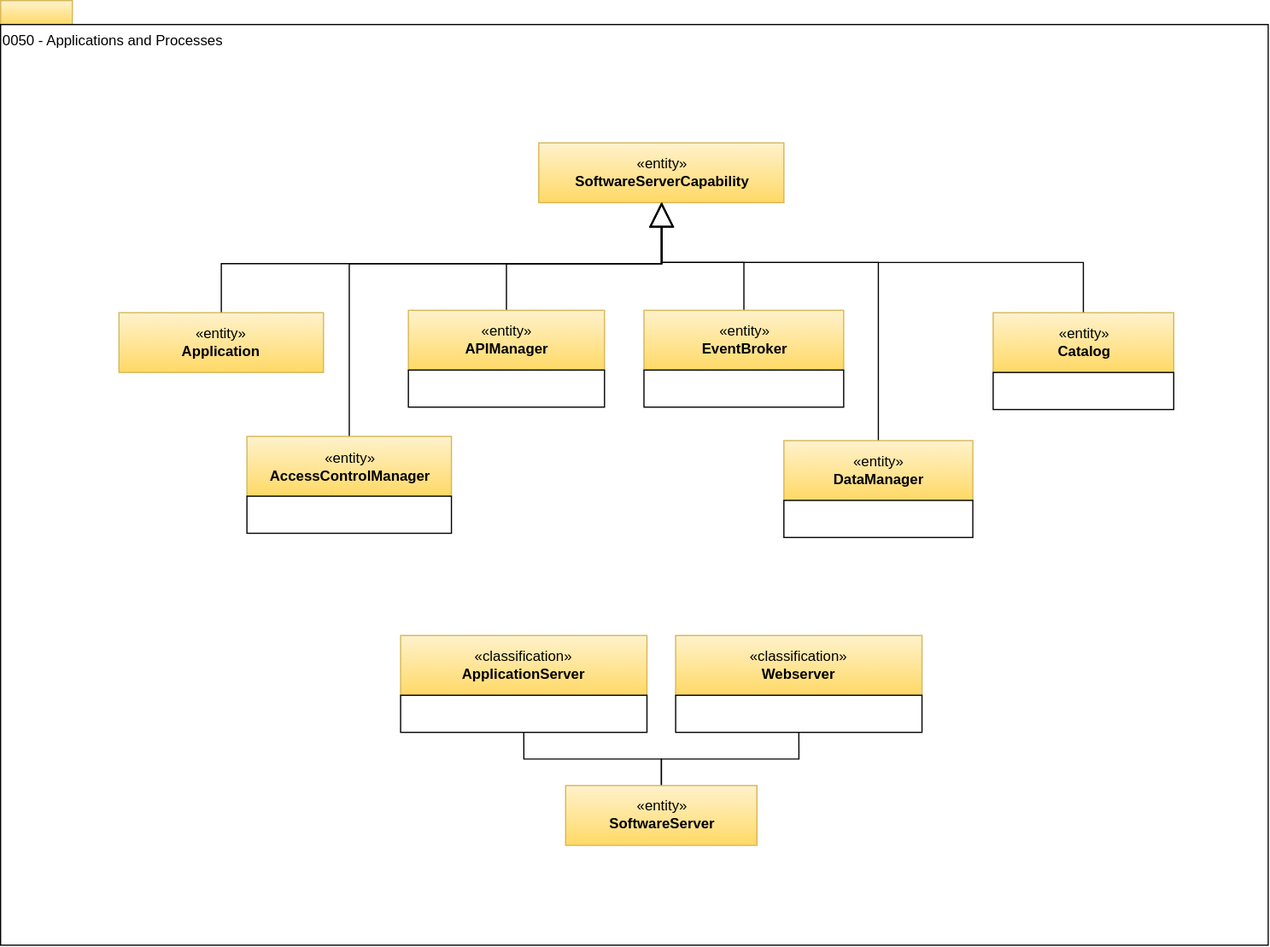
odpi/egeria-docs keeps this draw.io diagram as site/docs/types/0/0050-Applications-and-Processes.svg. Above is the earlier version. Source tidied: cells renumbered, new cells last; positions are measured from the earlier drawing's top-left corner, leaving out a move shared by most shapes.
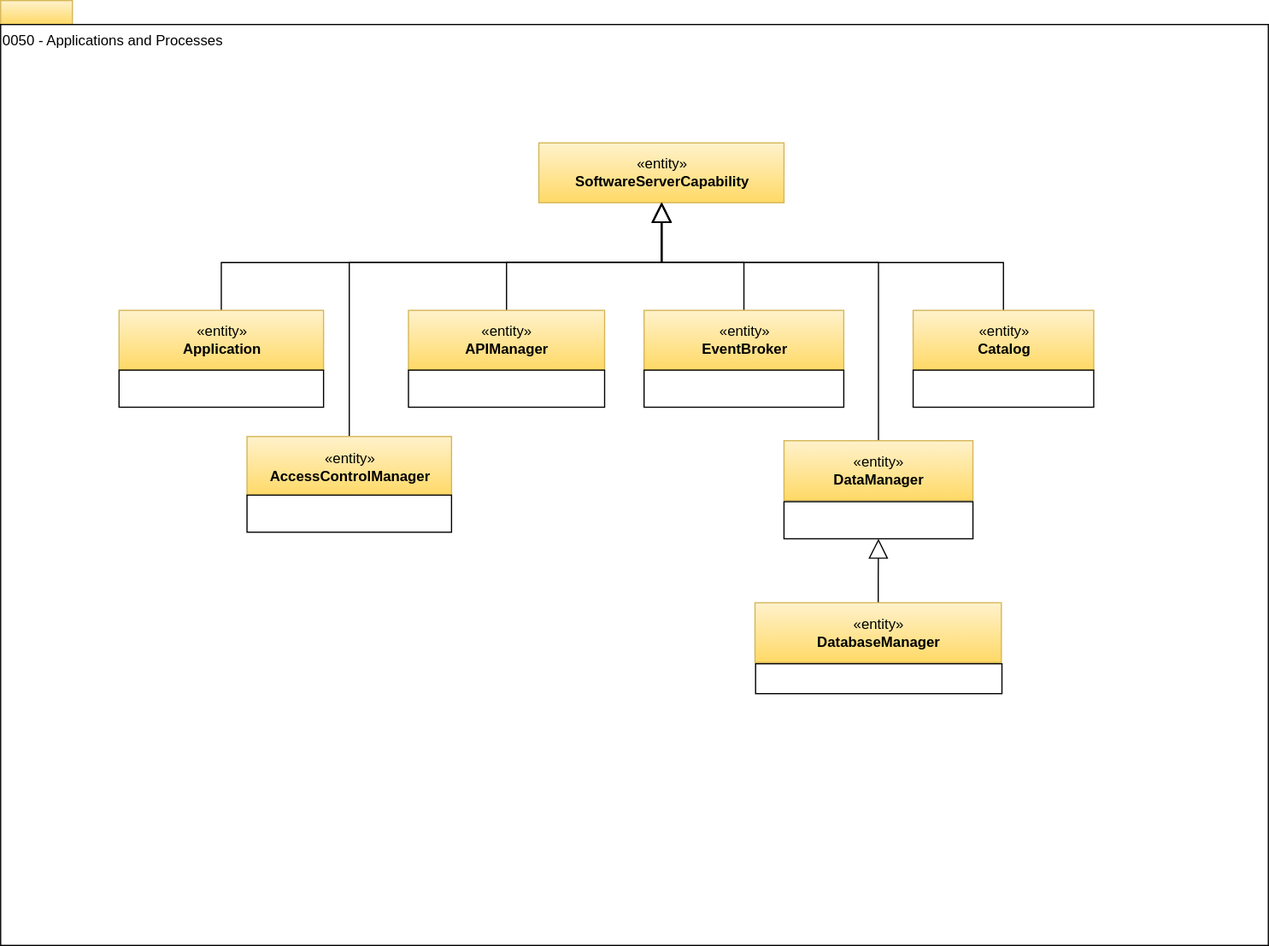
Above is the later version.

What changed in the source:
```diff
@@ -8,105 +8,81 @@
     <mxCell id="3" value="0050 - Applications and Processes" style="rounded=0;whiteSpace=wrap;html=1;align=left;verticalAlign=top;" parent="1" vertex="1">
       <mxGeometry y="20" width="1060" height="770" as="geometry" />
     </mxCell>
-    <mxCell id="4" style="edgeStyle=orthogonalEdgeStyle;rounded=0;jettySize=auto;html=1;entryX=0.5;entryY=1;entryDx=0;entryDy=0;endArrow=block;endFill=0;endSize=18;strokeWidth=1;" parent="1" edge="1" source="5" target="6">
-      <mxGeometry relative="1" as="geometry">
-        <Array as="points">
-          <mxPoint x="185" y="220" />
-          <mxPoint x="553" y="220" />
-        </Array>
-      </mxGeometry>
+    <mxCell id="4" style="edgeStyle=orthogonalEdgeStyle;rounded=0;jettySize=auto;html=1;exitX=0.5;exitY=0;exitDx=0;exitDy=0;endArrow=block;endFill=0;endSize=14;" parent="1" edge="1" source="5" target="6">
+      <mxGeometry relative="1" as="geometry" />
     </mxCell>
     <mxCell id="5" value="«entity»&lt;br&gt;&lt;b&gt;Application&lt;/b&gt;" style="html=1;strokeColor=#d6b656;align=center;fillColor=#fff2cc;gradientColor=#ffd966;" parent="1" vertex="1">
-      <mxGeometry x="99" y="261" width="171" height="50" as="geometry" />
+      <mxGeometry x="99" y="259" width="171" height="50" as="geometry" />
     </mxCell>
     <mxCell id="6" value="«entity»&lt;br&gt;&lt;b&gt;SoftwareServerCapability&lt;/b&gt;" style="html=1;strokeColor=#d6b656;align=center;fillColor=#fff2cc;gradientColor=#ffd966;" parent="1" vertex="1">
       <mxGeometry x="450" y="119" width="205" height="50" as="geometry" />
     </mxCell>
-    <mxCell id="7" value="«classification»&lt;br&gt;&lt;b&gt;Webserver&lt;/b&gt;" style="html=1;strokeColor=#d6b656;align=center;fillColor=#fff2cc;gradientColor=#ffd966;" parent="1" vertex="1">
-      <mxGeometry x="564.5" y="531" width="206" height="50" as="geometry" />
+    <mxCell id="7" style="edgeStyle=orthogonalEdgeStyle;rounded=0;jettySize=auto;html=1;exitX=0.5;exitY=0;exitDx=0;exitDy=0;entryX=0.5;entryY=1;entryDx=0;entryDy=0;endArrow=block;endFill=0;endSize=14;" parent="1" edge="1" source="8" target="6">
+      <mxGeometry relative="1" as="geometry" />
     </mxCell>
-    <mxCell id="8" style="edgeStyle=orthogonalEdgeStyle;rounded=0;html=1;exitX=0.5;exitY=1;endArrow=none;endFill=0;jettySize=auto;" parent="1" edge="1" source="9" target="13">
-      <mxGeometry relative="1" as="geometry" />
+    <mxCell id="8" value="«entity»&lt;br&gt;&lt;b&gt;APIManager&lt;/b&gt;" style="html=1;strokeColor=#d6b656;align=center;fillColor=#fff2cc;gradientColor=#ffd966;" parent="1" vertex="1">
+      <mxGeometry x="341" y="259" width="164" height="50" as="geometry" />
     </mxCell>
     <mxCell id="9" style="rounded=0;whiteSpace=wrap;html=1;strokeColor=#000000;gradientColor=#ffffff;align=center;" parent="1" vertex="1">
-      <mxGeometry x="564.5" y="581" width="206" height="31" as="geometry" />
+      <mxGeometry x="341" y="309" width="164" height="31" as="geometry" />
     </mxCell>
-    <mxCell id="10" value="«classification»&lt;br&gt;&lt;b&gt;ApplicationServer&lt;/b&gt;" style="html=1;strokeColor=#d6b656;align=center;fillColor=#fff2cc;gradientColor=#ffd966;" parent="1" vertex="1">
-      <mxGeometry x="334.5" y="531" width="206" height="50" as="geometry" />
+    <mxCell id="10" style="edgeStyle=orthogonalEdgeStyle;rounded=0;jettySize=auto;html=1;exitX=0.5;exitY=0;exitDx=0;exitDy=0;endArrow=block;endFill=0;endSize=14;" parent="1" edge="1" source="11" target="6">
+      <mxGeometry relative="1" as="geometry" />
     </mxCell>
-    <mxCell id="11" style="edgeStyle=orthogonalEdgeStyle;rounded=0;html=1;exitX=0.5;exitY=1;endArrow=none;endFill=0;jettySize=auto;" parent="1" edge="1" source="12" target="13">
-      <mxGeometry relative="1" as="geometry" />
+    <mxCell id="11" value="«entity»&lt;br&gt;&lt;b&gt;EventBroker&lt;/b&gt;" style="html=1;strokeColor=#d6b656;align=center;fillColor=#fff2cc;gradientColor=#ffd966;" parent="1" vertex="1">
+      <mxGeometry x="538" y="259" width="167" height="50" as="geometry" />
     </mxCell>
     <mxCell id="12" style="rounded=0;whiteSpace=wrap;html=1;strokeColor=#000000;gradientColor=#ffffff;align=center;" parent="1" vertex="1">
-      <mxGeometry x="334.5" y="581" width="206" height="31" as="geometry" />
+      <mxGeometry x="538" y="309" width="167" height="31" as="geometry" />
     </mxCell>
-    <mxCell id="13" value="«entity»&lt;br&gt;&lt;b&gt;SoftwareServer&lt;/b&gt;" style="html=1;strokeColor=#d6b656;align=center;fillColor=#fff2cc;gradientColor=#ffd966;" parent="1" vertex="1">
-      <mxGeometry x="472.5" y="656.5" width="160" height="50" as="geometry" />
+    <mxCell id="13" style="edgeStyle=orthogonalEdgeStyle;rounded=0;jettySize=auto;html=1;exitX=0.5;exitY=0;exitDx=0;exitDy=0;endArrow=block;endFill=0;endSize=14;" parent="1" edge="1" source="14" target="6">
+      <mxGeometry relative="1" as="geometry">
+        <Array as="points">
+          <mxPoint x="734" y="219" />
+          <mxPoint x="553" y="219" />
+        </Array>
+      </mxGeometry>
     </mxCell>
-    <mxCell id="14" style="edgeStyle=orthogonalEdgeStyle;rounded=0;jettySize=auto;html=1;endArrow=block;endFill=0;endSize=18;strokeWidth=1;" parent="1" edge="1" source="15" target="6">
-      <mxGeometry relative="1" as="geometry">
-        <Array as="points">
-          <mxPoint x="423" y="220" />
-          <mxPoint x="553" y="220" />
-        </Array>
-      </mxGeometry>
+    <mxCell id="14" value="«entity»&lt;br&gt;&lt;b&gt;DataManager&lt;/b&gt;" style="html=1;strokeColor=#d6b656;align=center;fillColor=#fff2cc;gradientColor=#ffd966;" parent="1" vertex="1">
+      <mxGeometry x="655" y="368" width="158" height="50" as="geometry" />
     </mxCell>
-    <mxCell id="15" value="«entity»&lt;br&gt;&lt;b&gt;APIManager&lt;/b&gt;" style="html=1;strokeColor=#d6b656;align=center;fillColor=#fff2cc;gradientColor=#ffd966;" parent="1" vertex="1">
-      <mxGeometry x="341" y="259" width="164" height="50" as="geometry" />
+    <mxCell id="15" style="rounded=0;whiteSpace=wrap;html=1;strokeColor=#000000;gradientColor=#ffffff;align=center;" parent="1" vertex="1">
+      <mxGeometry x="655" y="419" width="158" height="31" as="geometry" />
     </mxCell>
-    <mxCell id="16" style="rounded=0;whiteSpace=wrap;html=1;strokeColor=#000000;gradientColor=#ffffff;align=center;" parent="1" vertex="1">
-      <mxGeometry x="341" y="309" width="164" height="31" as="geometry" />
+    <mxCell id="16" style="edgeStyle=orthogonalEdgeStyle;rounded=0;jettySize=auto;html=1;exitX=0.5;exitY=0;exitDx=0;exitDy=0;endArrow=block;endFill=0;endSize=14;" parent="1" edge="1" source="17" target="6">
+      <mxGeometry relative="1" as="geometry" />
     </mxCell>
-    <mxCell id="17" style="edgeStyle=orthogonalEdgeStyle;rounded=0;jettySize=auto;html=1;endArrow=block;endFill=0;endSize=18;strokeWidth=1;" parent="1" edge="1" source="18" target="6">
-      <mxGeometry relative="1" as="geometry" />
+    <mxCell id="17" value="«entity»&lt;br&gt;&lt;b&gt;Catalog&lt;/b&gt;" style="html=1;strokeColor=#d6b656;align=center;fillColor=#fff2cc;gradientColor=#ffd966;" parent="1" vertex="1">
+      <mxGeometry x="763" y="259" width="151" height="50" as="geometry" />
     </mxCell>
-    <mxCell id="18" value="«entity»&lt;br&gt;&lt;b&gt;EventBroker&lt;/b&gt;" style="html=1;strokeColor=#d6b656;align=center;fillColor=#fff2cc;gradientColor=#ffd966;" parent="1" vertex="1">
-      <mxGeometry x="538" y="259" width="167" height="50" as="geometry" />
+    <mxCell id="18" style="rounded=0;whiteSpace=wrap;html=1;strokeColor=#000000;gradientColor=#ffffff;align=center;" parent="1" vertex="1">
+      <mxGeometry x="763" y="309" width="151" height="31" as="geometry" />
     </mxCell>
-    <mxCell id="19" style="rounded=0;whiteSpace=wrap;html=1;strokeColor=#000000;gradientColor=#ffffff;align=center;" parent="1" vertex="1">
-      <mxGeometry x="538" y="309" width="167" height="31" as="geometry" />
+    <mxCell id="19" style="edgeStyle=orthogonalEdgeStyle;rounded=0;jettySize=auto;html=1;exitX=0.5;exitY=0;exitDx=0;exitDy=0;endArrow=block;endFill=0;endSize=14;" parent="1" edge="1" source="20" target="6">
+      <mxGeometry relative="1" as="geometry">
+        <Array as="points">
+          <mxPoint x="292" y="219" />
+          <mxPoint x="553" y="219" />
+        </Array>
+      </mxGeometry>
     </mxCell>
-    <mxCell id="20" style="edgeStyle=orthogonalEdgeStyle;rounded=0;jettySize=auto;html=1;endArrow=block;endFill=0;endSize=18;strokeWidth=1;" parent="1" edge="1" source="21" target="6">
-      <mxGeometry relative="1" as="geometry">
-        <Array as="points">
-          <mxPoint x="734" y="219" />
-          <mxPoint x="553" y="219" />
-        </Array>
-      </mxGeometry>
+    <mxCell id="20" value="«entity»&lt;br&gt;&lt;b&gt;AccessControlManager&lt;/b&gt;" style="html=1;strokeColor=#d6b656;align=center;fillColor=#fff2cc;gradientColor=#ffd966;" parent="1" vertex="1">
+      <mxGeometry x="206" y="364.5" width="171" height="50" as="geometry" />
     </mxCell>
-    <mxCell id="21" value="«entity»&lt;br&gt;&lt;b&gt;DataManager&lt;/b&gt;" style="html=1;strokeColor=#d6b656;align=center;fillColor=#fff2cc;gradientColor=#ffd966;" parent="1" vertex="1">
-      <mxGeometry x="655" y="368" width="158" height="50" as="geometry" />
+    <mxCell id="21" style="rounded=0;whiteSpace=wrap;html=1;strokeColor=#000000;gradientColor=#ffffff;align=left;" parent="1" vertex="1">
+      <mxGeometry x="631.2" y="554.5" width="206" height="25" as="geometry" />
     </mxCell>
-    <mxCell id="22" style="rounded=0;whiteSpace=wrap;html=1;strokeColor=#000000;gradientColor=#ffffff;align=center;" parent="1" vertex="1">
-      <mxGeometry x="655" y="418" width="158" height="31" as="geometry" />
+    <mxCell id="22" style="edgeStyle=orthogonalEdgeStyle;rounded=0;jettySize=auto;html=1;entryX=0.5;entryY=1;entryDx=0;entryDy=0;endArrow=block;endFill=0;endSize=14;" parent="1" edge="1" source="23" target="15">
+      <mxGeometry relative="1" as="geometry" />
     </mxCell>
-    <mxCell id="23" style="edgeStyle=orthogonalEdgeStyle;rounded=0;jettySize=auto;html=1;entryX=0.5;entryY=1;entryDx=0;entryDy=0;endArrow=block;endFill=0;endSize=18;strokeWidth=1;" parent="1" edge="1" source="24" target="6">
-      <mxGeometry relative="1" as="geometry">
-        <Array as="points">
-          <mxPoint x="905" y="219" />
-          <mxPoint x="553" y="219" />
-        </Array>
-      </mxGeometry>
+    <mxCell id="23" value="«entity»&lt;br&gt;&lt;b&gt;DatabaseManager&lt;/b&gt;" style="html=1;strokeColor=#d6b656;align=center;fillColor=#fff2cc;gradientColor=#ffd966;" parent="1" vertex="1">
+      <mxGeometry x="630.8" y="503.5" width="206" height="50" as="geometry" />
     </mxCell>
-    <mxCell id="24" value="«entity»&lt;br&gt;&lt;b&gt;Catalog&lt;/b&gt;" style="html=1;strokeColor=#d6b656;align=center;fillColor=#fff2cc;gradientColor=#ffd966;" parent="1" vertex="1">
-      <mxGeometry x="830" y="261" width="151" height="50" as="geometry" />
+    <mxCell id="24" style="rounded=0;whiteSpace=wrap;html=1;strokeColor=#000000;gradientColor=#ffffff;align=center;" parent="1" vertex="1">
+      <mxGeometry x="99" y="309" width="171" height="31" as="geometry" />
     </mxCell>
     <mxCell id="25" style="rounded=0;whiteSpace=wrap;html=1;strokeColor=#000000;gradientColor=#ffffff;align=center;" parent="1" vertex="1">
-      <mxGeometry x="830" y="311" width="151" height="31" as="geometry" />
+      <mxGeometry x="206" y="413.5" width="171" height="31" as="geometry" />
     </mxCell>
-    <mxCell id="26" style="edgeStyle=orthogonalEdgeStyle;rounded=0;jettySize=auto;html=1;endArrow=block;endFill=0;endSize=18;" parent="1" edge="1" source="27" target="6">
-      <mxGeometry relative="1" as="geometry">
-        <Array as="points">
-          <mxPoint x="292" y="220" />
-          <mxPoint x="553" y="220" />
-        </Array>
-      </mxGeometry>
-    </mxCell>
-    <mxCell id="27" value="«entity»&lt;br&gt;&lt;b&gt;AccessControlManager&lt;/b&gt;" style="html=1;strokeColor=#d6b656;align=center;fillColor=#fff2cc;gradientColor=#ffd966;" parent="1" vertex="1">
-      <mxGeometry x="206" y="364.5" width="171" height="50" as="geometry" />
-    </mxCell>
-    <mxCell id="28" style="rounded=0;whiteSpace=wrap;html=1;strokeColor=#000000;gradientColor=#ffffff;align=center;" parent="1" vertex="1">
-      <mxGeometry x="206" y="414.5" width="171" height="31" as="geometry" />
-    </mxCell>
   </root>
 </mxGraphModel>
```
